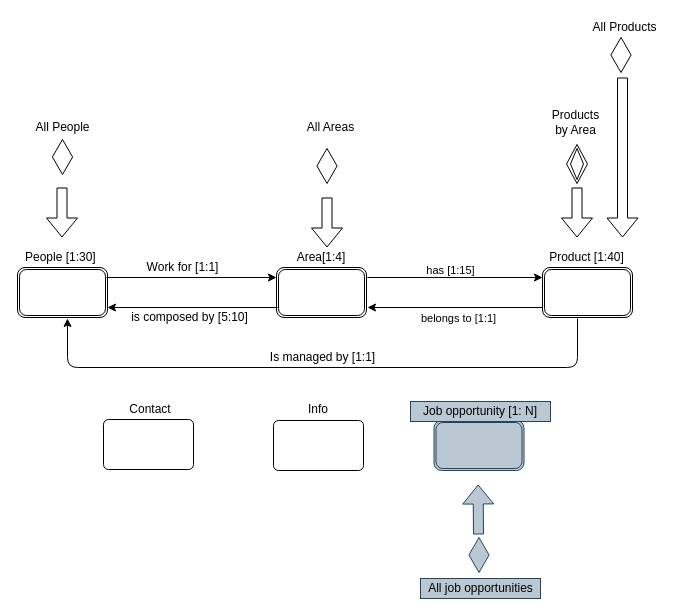
Above: page "C-IDM" (1 of 2) of IDMs.drawio in bresc19/Hypermedia-project (draw.io), before the change. Source tidied: cells renumbered, new cells numbered last; positions are measured from the earlier drawing's top-left corner, leaving out a move shared by most shapes. Both pictures are drawn from the tidied source at 100%, with x=0, y=0 at pixel (17, 17).
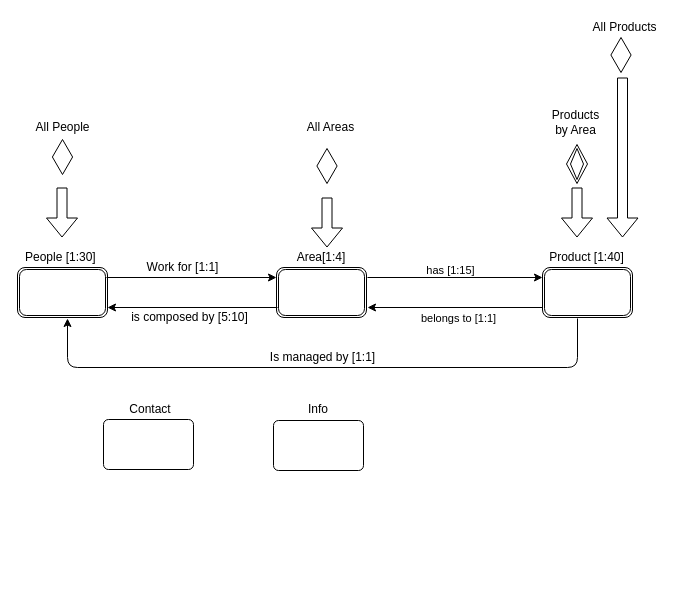
Above is the later version.

The edit, as a diff of the source:
```diff
@@
-    <mxCell id="30" style="shape=ext;rounded=1;html=1;whiteSpace=wrap;double=1;fillColor=#bac8d3;strokeColor=#23445d;" parent="1" vertex="1">
-      <mxGeometry x="416.5" y="403" width="90" height="50" as="geometry" />
-    </mxCell>
-    <mxCell id="31" value="Job opportunity [1: N]" style="text;html=1;strokeColor=#23445d;fillColor=#bac8d3;align=center;verticalAlign=middle;whiteSpace=wrap;rounded=0;" parent="1" vertex="1">
-      <mxGeometry x="393" y="384" width="140" height="20" as="geometry" />
-    </mxCell>
-    <mxCell id="32" style="shape=flexArrow;endArrow=classic;html=1;fillColor=#bac8d3;strokeColor=#23445d;" parent="1" edge="1">
-      <mxGeometry relative="1" as="geometry">
-        <mxPoint x="461" y="517" as="sourcePoint" />
-        <mxPoint x="460.6" y="467" as="targetPoint" />
-      </mxGeometry>
-    </mxCell>
-    <mxCell id="33" style="html=1;whiteSpace=wrap;shape=isoRectangle;fillColor=#bac8d3;rotation=90;strokeColor=#23445d;" parent="1" vertex="1">
-      <mxGeometry x="444" y="527" width="35" height="21" as="geometry" />
-    </mxCell>
-    <mxCell id="34" value="All job opportunities" style="text;html=1;align=center;verticalAlign=middle;fillColor=#bac8d3;strokeColor=#23445d;" parent="1" vertex="1">
-      <mxGeometry x="403" y="561" width="120" height="20" as="geometry" />
-    </mxCell>
```
